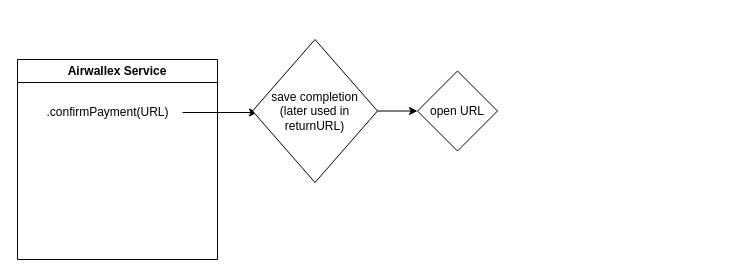
This is Airwallex.drawio from supersun17/Flow-charts, a draw.io file, before an edit. Source tidied: cells renumbered, new cells numbered last; positions are measured from the earlier drawing's top-left corner, leaving out a move shared by most shapes. Both pictures are drawn from the tidied source at 100%, with x=0, y=0 at pixel (17, 39).
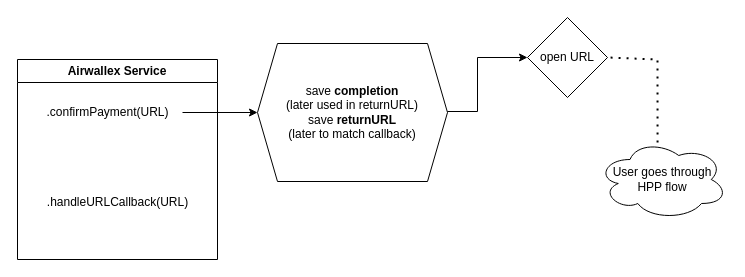
Above is the later version.

Diff of the diagram source:
```diff
@@
 <mxGraphModel>
   <root>
     <mxCell id="0" />
     <mxCell id="1" parent="0" />
     <mxCell id="2" value="Airwallex Service" style="swimlane;whiteSpace=wrap;html=1;" parent="1" vertex="1">
       <mxGeometry y="20" width="200" height="200" as="geometry" />
     </mxCell>
     <mxCell id="3" style="edgeStyle=orthogonalEdgeStyle;rounded=0;jettySize=auto;html=1;" parent="1" edge="1" source="4">
       <mxGeometry relative="1" as="geometry">
         <mxPoint x="240" y="73" as="targetPoint" />
       </mxGeometry>
     </mxCell>
     <mxCell id="4" value=".confirmPayment(URL)" style="text;html=1;align=center;verticalAlign=middle;points=[];strokeColor=none;fillColor=none;" parent="1" vertex="1">
       <mxGeometry x="15" y="58" width="150" height="30" as="geometry" />
     </mxCell>
-    <mxCell id="5" style="edgeStyle=orthogonalEdgeStyle;rounded=0;jettySize=auto;html=1;exitX=1;exitY=0.5;exitDx=0;exitDy=0;entryX=0;entryY=0.5;entryDx=0;entryDy=0;" parent="1" edge="1" source="6" target="7">
-      <mxGeometry relative="1" as="geometry" />
+    <mxCell id="5" style="edgeStyle=orthogonalEdgeStyle;rounded=0;jettySize=auto;html=1;exitX=1;exitY=0.5;exitDx=0;exitDy=0;entryX=0;entryY=0.5;entryDx=0;entryDy=0;" parent="1" edge="1" source="8" target="7">
+      <mxGeometry relative="1" as="geometry">
+        <Array as="points">
+          <mxPoint x="430" y="72" />
+          <mxPoint x="460" y="72" />
+          <mxPoint x="460" y="18" />
+        </Array>
+      </mxGeometry>
     </mxCell>
-    <mxCell id="6" value="&lt;div&gt;save completion&lt;/div&gt;&lt;div&gt;(later used in returnURL)&lt;/div&gt;" style="rhombus;whiteSpace=wrap;html=1;" parent="1" vertex="1">
-      <mxGeometry x="235" width="125" height="143" as="geometry" />
-    </mxCell>
     <mxCell id="7" value="open URL" style="rhombus;whiteSpace=wrap;html=1;" parent="1" vertex="1">
-      <mxGeometry x="400" y="31.5" width="80" height="80" as="geometry" />
+      <mxGeometry x="510" y="-22" width="80" height="80" as="geometry" />
     </mxCell>
+    <mxCell id="8" value="&lt;div&gt;save &lt;b&gt;completion&lt;/b&gt;&lt;/div&gt;&lt;div&gt;(later used in returnURL)&lt;/div&gt;&lt;div&gt;save &lt;b&gt;returnURL&lt;/b&gt;&lt;/div&gt;&lt;div&gt;(later to match callback)&lt;/div&gt;" style="shape=hexagon;perimeter=hexagonPerimeter2;whiteSpace=wrap;html=1;fixedSize=1;" parent="1" vertex="1">
+      <mxGeometry x="240" y="4" width="190" height="138" as="geometry" />
+    </mxCell>
+    <mxCell id="9" style="endArrow=none;dashed=1;html=1;dashPattern=1 3;strokeWidth=2;rounded=0;entryX=1;entryY=0.5;entryDx=0;entryDy=0;exitX=0.462;exitY=0.038;exitDx=0;exitDy=0;exitPerimeter=0;" parent="1" edge="1" source="10" target="7">
+      <mxGeometry relative="1" as="geometry">
+        <Array as="points">
+          <mxPoint x="640" y="20" />
+        </Array>
+      </mxGeometry>
+    </mxCell>
+    <mxCell id="10" value="User goes through&lt;div&gt;HPP flow&lt;/div&gt;" style="ellipse;shape=cloud;whiteSpace=wrap;html=1;" parent="1" vertex="1">
+      <mxGeometry x="580" y="100" width="130" height="80" as="geometry" />
+    </mxCell>
+    <mxCell id="11" value=".handleURLCallback(URL)" style="text;html=1;align=center;verticalAlign=middle;strokeColor=none;fillColor=none;" parent="1" vertex="1">
+      <mxGeometry x="20" y="148" width="160" height="30" as="geometry" />
+    </mxCell>
   </root>
 </mxGraphModel>
```
